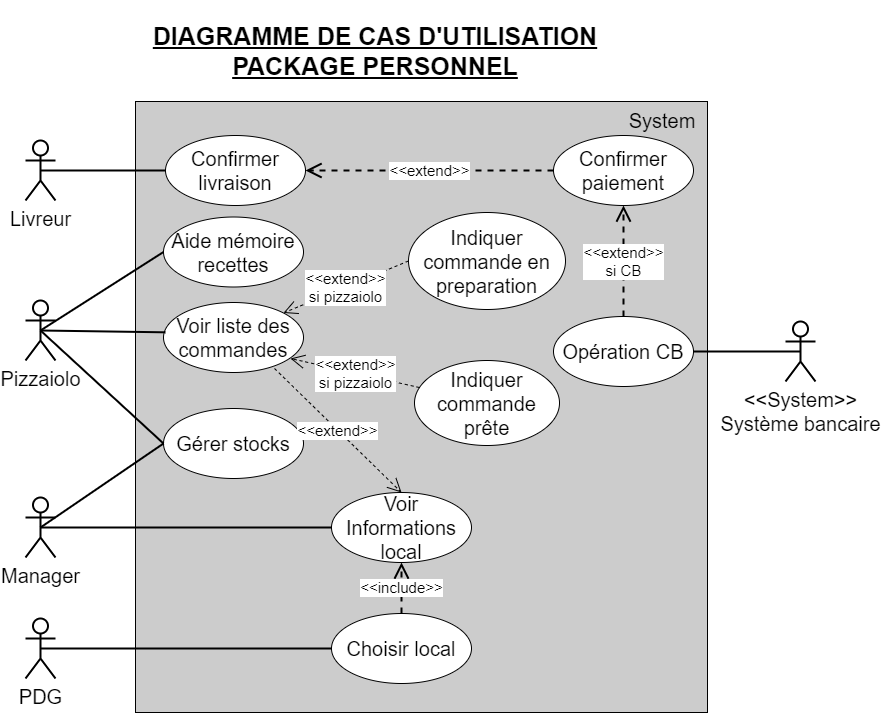
Tony380/Projet4 keeps this draw.io diagram as diagrammes/diagramme de cas d'utilisation - personel.png. Above is the earlier version. Source tidied: cells renumbered, new cells last; positions are measured from the earlier drawing's top-left corner, leaving out a move shared by most shapes.
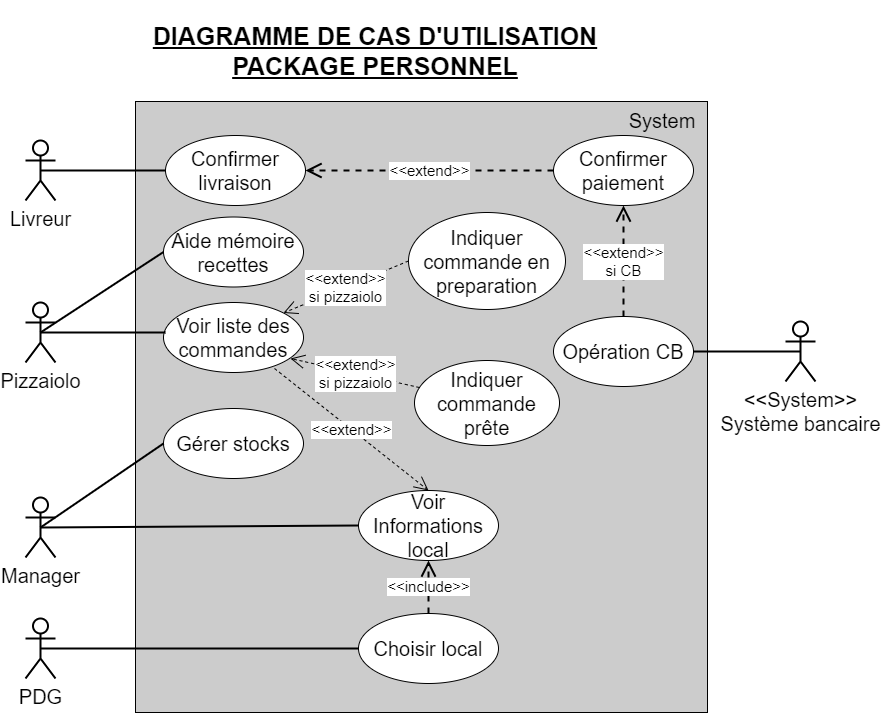
After the change.

Change to the diagram source:
```diff
@@ -6,7 +6,7 @@
       <mxGeometry x="110" y="101" width="572" height="611" as="geometry" />
     </mxCell>
     <mxCell id="3" value="&lt;font style=&quot;font-size: 20px&quot;&gt;Pizzaiolo&lt;/font&gt;" style="shape=umlActor;verticalLabelPosition=bottom;labelBackgroundColor=#ffffff;verticalAlign=top;html=1;outlineConnect=0;strokeWidth=2;" parent="1" vertex="1">
-      <mxGeometry y="300" width="30" height="60" as="geometry" />
+      <mxGeometry y="302" width="30" height="60" as="geometry" />
     </mxCell>
     <mxCell id="4" value="&lt;font style=&quot;font-size: 20px&quot;&gt;Livreur&lt;/font&gt;" style="shape=umlActor;verticalLabelPosition=bottom;labelBackgroundColor=#ffffff;verticalAlign=top;html=1;outlineConnect=0;strokeWidth=2;" parent="1" vertex="1">
       <mxGeometry y="140" width="30" height="60" as="geometry" />
@@ -30,10 +30,10 @@
       <mxGeometry x="138" y="408" width="140" height="70" as="geometry" />
     </mxCell>
     <mxCell id="11" value="&lt;font style=&quot;font-size: 20px&quot;&gt;Voir Informations&lt;br&gt;local&lt;/font&gt;" style="ellipse;whiteSpace=wrap;html=1;" parent="1" vertex="1">
-      <mxGeometry x="306" y="492" width="140" height="70" as="geometry" />
+      <mxGeometry x="333" y="490" width="140" height="70" as="geometry" />
     </mxCell>
     <mxCell id="12" value="&lt;font style=&quot;font-size: 20px&quot;&gt;Choisir local&lt;/font&gt;" style="ellipse;whiteSpace=wrap;html=1;" parent="1" vertex="1">
-      <mxGeometry x="306" y="613" width="140" height="70" as="geometry" />
+      <mxGeometry x="333" y="613" width="140" height="70" as="geometry" />
     </mxCell>
     <mxCell id="13" style="endArrow=none;html=1;exitX=0.5;exitY=0.5;exitDx=0;exitDy=0;exitPerimeter=0;entryX=0;entryY=0.5;entryDx=0;entryDy=0;strokeWidth=2;" parent="1" edge="1" source="6" target="12">
       <mxGeometry relative="1" as="geometry" />
@@ -59,12 +59,11 @@
     <mxCell id="20" style="endArrow=none;html=1;strokeWidth=2;exitX=0.5;exitY=0.5;exitDx=0;exitDy=0;exitPerimeter=0;entryX=0;entryY=0.5;entryDx=0;entryDy=0;" parent="1" edge="1" source="3" target="19">
       <mxGeometry relative="1" as="geometry" />
     </mxCell>
-    <mxCell id="21" style="endArrow=none;html=1;strokeWidth=2;exitX=0.5;exitY=0.5;exitDx=0;exitDy=0;exitPerimeter=0;entryX=0.014;entryY=0.426;entryDx=0;entryDy=0;entryPerimeter=0;" parent="1" edge="1" source="3" target="9">
-      <mxGeometry relative="1" as="geometry" />
+    <mxCell id="21" style="endArrow=none;html=1;strokeWidth=2;exitX=0.5;exitY=0.5;exitDx=0;exitDy=0;exitPerimeter=0;" parent="1" edge="1" source="3">
+      <mxGeometry relative="1" as="geometry">
+        <mxPoint x="140" y="332" as="targetPoint" />
+      </mxGeometry>
     </mxCell>
-    <mxCell id="22" style="endArrow=none;html=1;strokeWidth=2;exitX=0.5;exitY=0.5;exitDx=0;exitDy=0;exitPerimeter=0;entryX=0;entryY=0.5;entryDx=0;entryDy=0;" parent="1" edge="1" source="3" target="10">
-      <mxGeometry relative="1" as="geometry" />
-    </mxCell>
     <mxCell id="23" style="endArrow=none;html=1;strokeWidth=2;entryX=0;entryY=0.5;entryDx=0;entryDy=0;" parent="1" edge="1" target="10">
       <mxGeometry relative="1" as="geometry">
         <mxPoint x="15" y="527" as="sourcePoint" />
```
